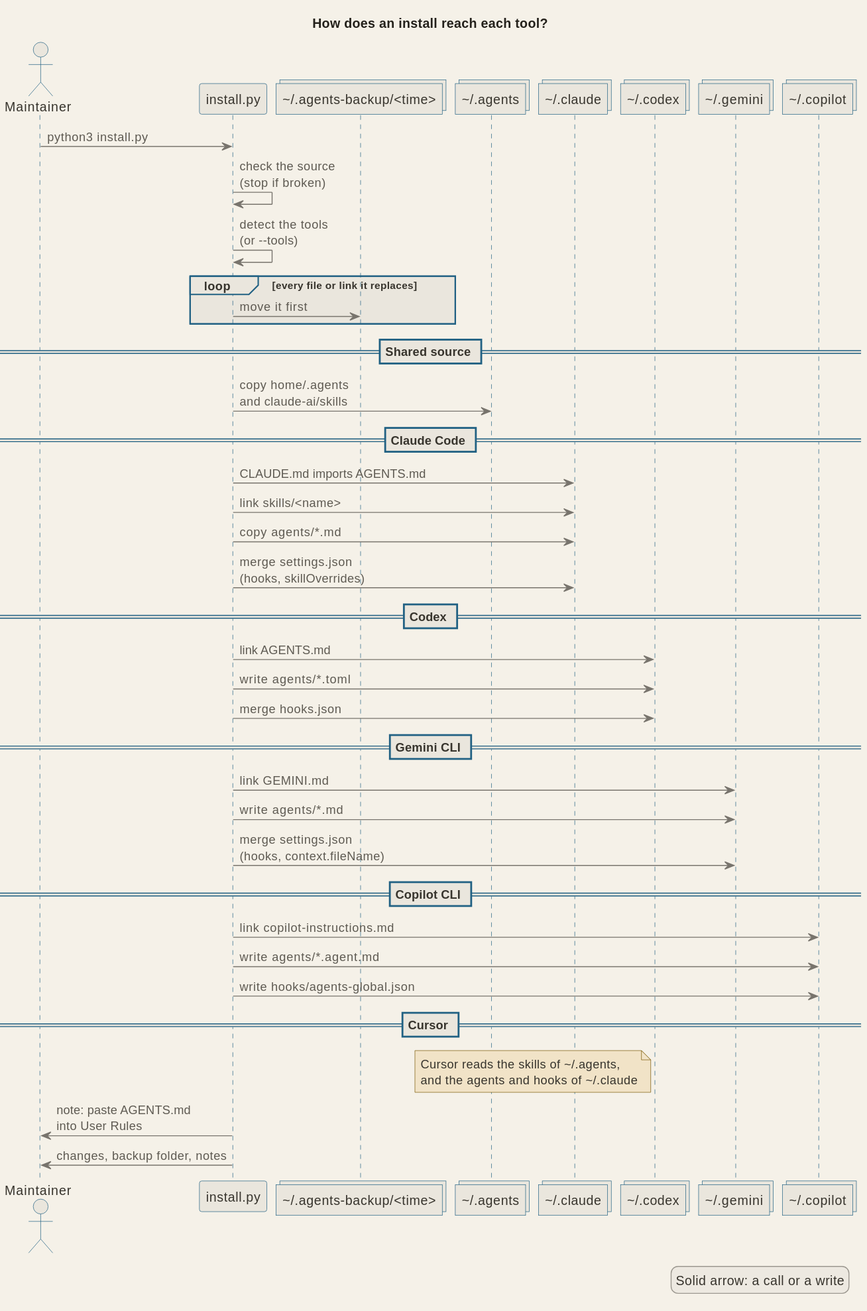
Above: docs/diagrams/arch_install.svg in signorenne/dotagents (PlantUML), before the change. The source it was exported from:
```plantuml
@startuml
!include palette.iuml
title How does an install reach each tool?

actor Maintainer as user
participant "install.py" as install
collections "&#126;/.agents-backup/<time>" as backup
collections "&#126;/.agents" as agents
collections "&#126;/.claude" as claude
collections "&#126;/.codex" as codex
collections "&#126;/.gemini" as gemini
collections "&#126;/.copilot" as copilot

user -> install : python3 install.py
install -> install : check the source\n(stop if broken)
install -> install : detect the tools\n(or --tools)

loop every file or link it replaces
  install -> backup : move it first
end

== Shared source ==
install -> agents : copy home/.agents\nand claude-ai/skills

== Claude Code ==
install -> claude : CLAUDE.md imports AGENTS.md
install -> claude : link skills/<name>
install -> claude : copy agents/*.md
install -> claude : merge settings.json\n(hooks, skillOverrides)

== Codex ==
install -> codex : link AGENTS.md
install -> codex : write agents/*.toml
install -> codex : merge hooks.json

== Gemini CLI ==
install -> gemini : link GEMINI.md
install -> gemini : write agents/*.md
install -> gemini : merge settings.json\n(hooks, context.fileName)

== Copilot CLI ==
install -> copilot : link copilot-instructions.md
install -> copilot : write agents/*.agent.md
install -> copilot : write hooks/agents-global.json

== Cursor ==
note over agents, claude : Cursor reads the skills of &#126;/.agents,\nand the agents and hooks of &#126;/.claude
install -> user : note: paste AGENTS.md\ninto User Rules

install -> user : changes, backup folder, notes

legend right
  Solid arrow: a call or a write
endlegend
@enduml
```
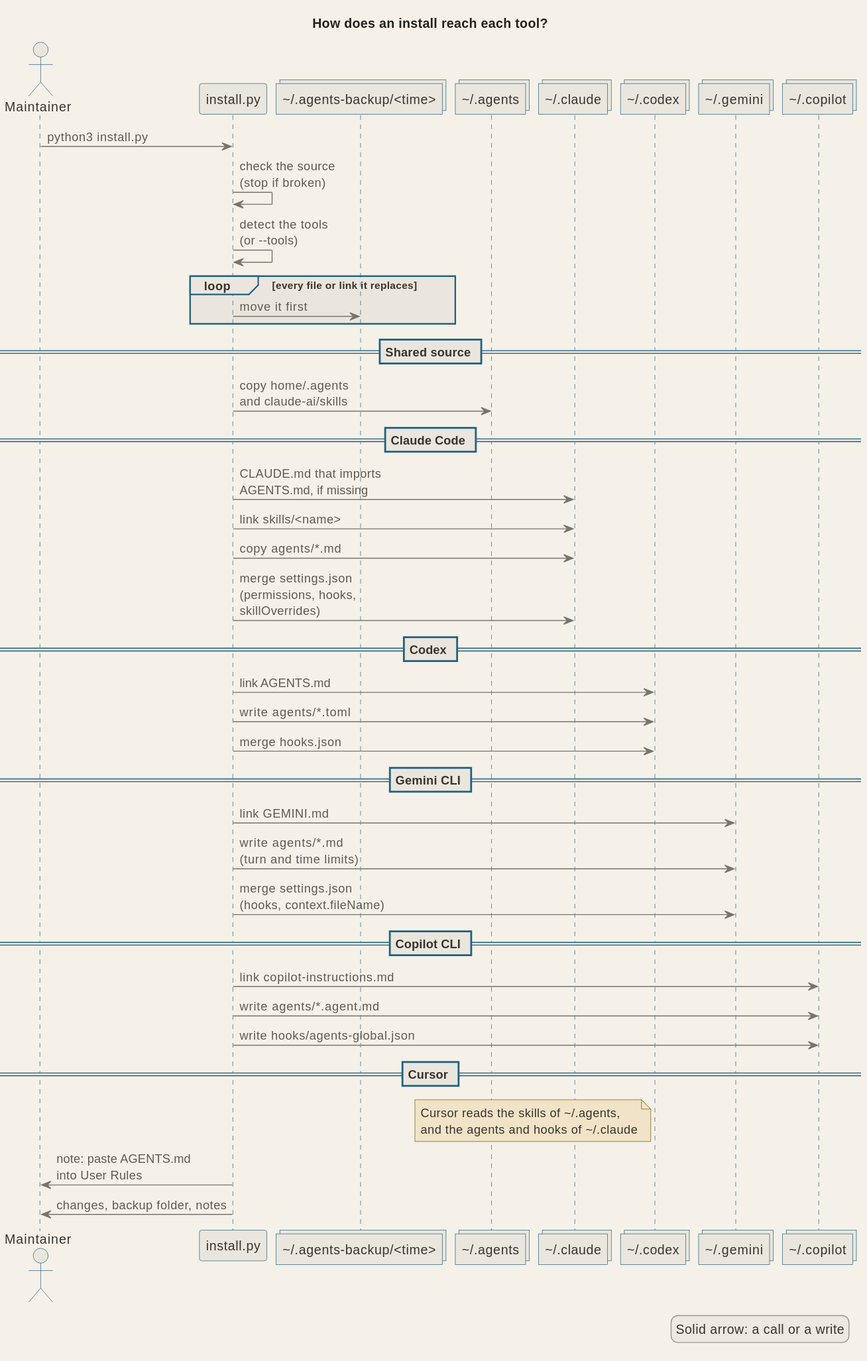
After the commit.

Diff of the diagram source:
```diff
@@ -23,10 +23,10 @@
 install -> agents : copy home/.agents\nand claude-ai/skills
 
 == Claude Code ==
-install -> claude : CLAUDE.md imports AGENTS.md
+install -> claude : CLAUDE.md that imports\nAGENTS.md, if missing
 install -> claude : link skills/<name>
 install -> claude : copy agents/*.md
-install -> claude : merge settings.json\n(hooks, skillOverrides)
+install -> claude : merge settings.json\n(permissions, hooks,\nskillOverrides)
 
 == Codex ==
 install -> codex : link AGENTS.md
@@ -35,7 +35,7 @@
 
 == Gemini CLI ==
 install -> gemini : link GEMINI.md
-install -> gemini : write agents/*.md
+install -> gemini : write agents/*.md\n(turn and time limits)
 install -> gemini : merge settings.json\n(hooks, context.fileName)
 
 == Copilot CLI ==
```
